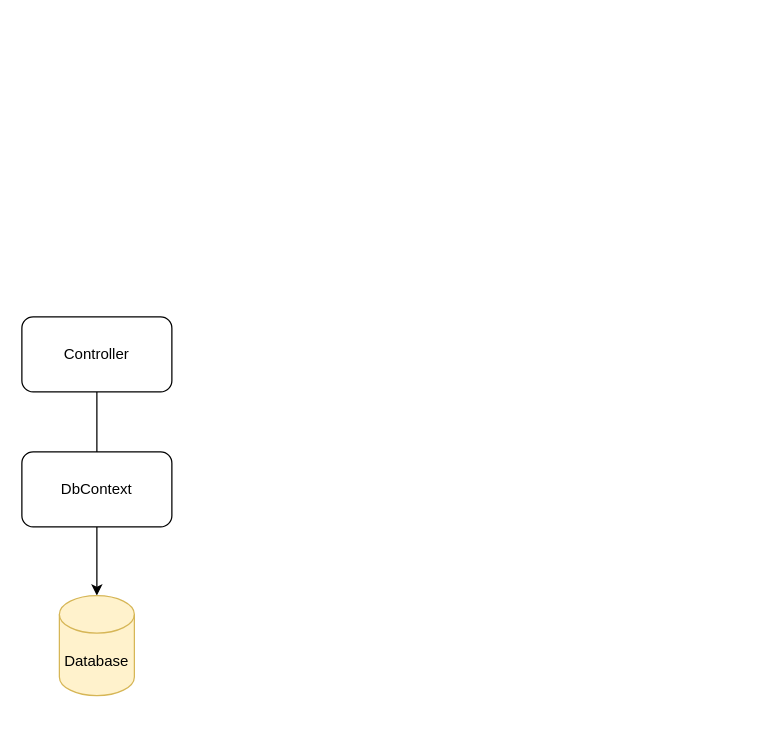
This is page "Repository" (6 of 6) of Drawings.drawio from zcomert/btk-akademi-aspnet-core-mvc-egitimi, a draw.io file, before an edit. Source tidied: cells renumbered, new cells numbered last; positions are measured from the earlier drawing's top-left corner, leaving out a move shared by most shapes. Both pictures are drawn from the tidied source at 125%, with x=0, y=0 at pixel (21, 316).
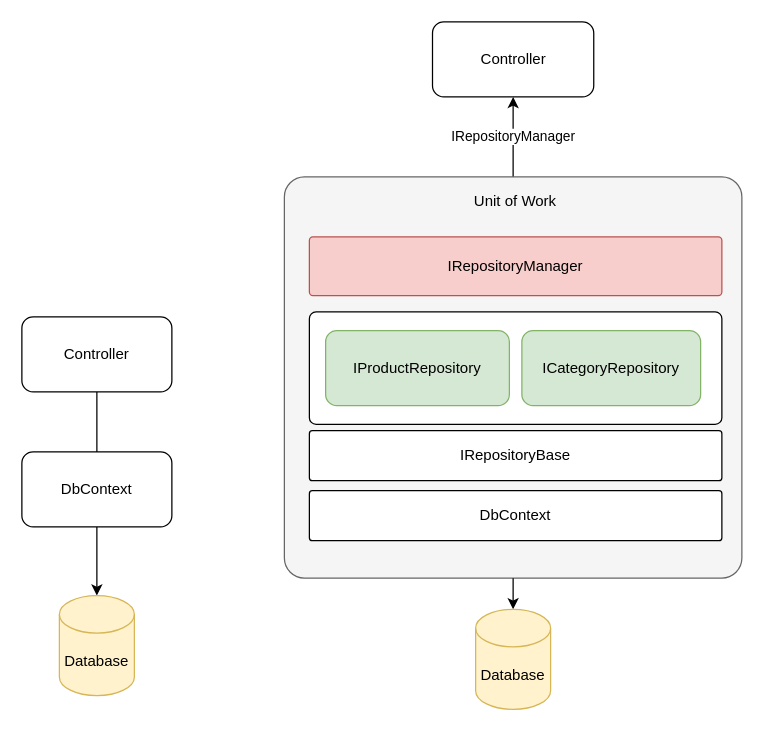
After the change.

Change to the diagram source:
```diff
@@
 <mxGraphModel>
   <root>
     <mxCell id="0" />
     <mxCell id="1" parent="0" />
     <mxCell id="2" style="edgeStyle=orthogonalEdgeStyle;rounded=0;jettySize=auto;html=1;" parent="1" edge="1" source="3" target="4">
       <mxGeometry relative="1" as="geometry" />
     </mxCell>
     <mxCell id="3" value="Controller" style="rounded=1;whiteSpace=wrap;html=1;" parent="1" vertex="1">
       <mxGeometry width="120" height="60" as="geometry" />
     </mxCell>
     <mxCell id="4" value="Database" style="shape=cylinder3;whiteSpace=wrap;html=1;boundedLbl=1;backgroundOutline=1;size=15;fillColor=#fff2cc;strokeColor=#d6b656;" parent="1" vertex="1">
       <mxGeometry x="30" y="223" width="60" height="80" as="geometry" />
     </mxCell>
     <mxCell id="5" value="DbContext" style="rounded=1;whiteSpace=wrap;html=1;" parent="1" vertex="1">
       <mxGeometry y="108" width="120" height="60" as="geometry" />
     </mxCell>
+    <mxCell id="6" value="IRepositoryManager" style="edgeStyle=orthogonalEdgeStyle;rounded=0;jettySize=auto;html=1;entryX=0.5;entryY=1;entryDx=0;entryDy=0;" parent="1" edge="1" source="7" target="10">
+      <mxGeometry relative="1" as="geometry" />
+    </mxCell>
+    <mxCell id="7" style="rounded=1;whiteSpace=wrap;html=1;fillColor=#f5f5f5;strokeColor=#666666;fontColor=#333333;arcSize=5;" parent="1" vertex="1">
+      <mxGeometry x="210" y="-112" width="366" height="321" as="geometry" />
+    </mxCell>
+    <mxCell id="8" style="rounded=1;whiteSpace=wrap;html=1;arcSize=6;" parent="1" vertex="1">
+      <mxGeometry x="230" y="-4" width="330" height="90" as="geometry" />
+    </mxCell>
+    <mxCell id="9" style="edgeStyle=orthogonalEdgeStyle;rounded=0;jettySize=auto;html=1;entryX=0.5;entryY=0;entryDx=0;entryDy=0;entryPerimeter=0;" parent="1" edge="1" source="7" target="11">
+      <mxGeometry relative="1" as="geometry" />
+    </mxCell>
+    <mxCell id="10" value="Controller" style="rounded=1;whiteSpace=wrap;html=1;" parent="1" vertex="1">
+      <mxGeometry x="328.5" y="-236" width="129" height="60" as="geometry" />
+    </mxCell>
+    <mxCell id="11" value="Database" style="shape=cylinder3;whiteSpace=wrap;html=1;boundedLbl=1;backgroundOutline=1;size=15;fillColor=#fff2cc;strokeColor=#d6b656;" parent="1" vertex="1">
+      <mxGeometry x="363" y="234" width="60" height="80" as="geometry" />
+    </mxCell>
+    <mxCell id="12" value="IProductRepository" style="rounded=1;whiteSpace=wrap;html=1;fillColor=#d5e8d4;strokeColor=#82b366;" parent="1" vertex="1">
+      <mxGeometry x="243" y="11" width="147" height="60" as="geometry" />
+    </mxCell>
+    <mxCell id="13" value="ICategoryRepository" style="rounded=1;whiteSpace=wrap;html=1;fillColor=#d5e8d4;strokeColor=#82b366;" parent="1" vertex="1">
+      <mxGeometry x="400" y="11" width="143" height="60" as="geometry" />
+    </mxCell>
+    <mxCell id="14" value="Unit of Work" style="text;html=1;strokeColor=none;fillColor=none;align=center;verticalAlign=middle;whiteSpace=wrap;rounded=0;" parent="1" vertex="1">
+      <mxGeometry x="230" y="-102" width="330" height="20" as="geometry" />
+    </mxCell>
+    <mxCell id="15" value="DbContext" style="rounded=1;whiteSpace=wrap;html=1;arcSize=6;" parent="1" vertex="1">
+      <mxGeometry x="230" y="139" width="330" height="40" as="geometry" />
+    </mxCell>
+    <mxCell id="16" value="IRepositoryManager" style="rounded=1;whiteSpace=wrap;html=1;arcSize=6;fillColor=#f8cecc;strokeColor=#b85450;" parent="1" vertex="1">
+      <mxGeometry x="230" y="-64" width="330" height="47" as="geometry" />
+    </mxCell>
+    <mxCell id="17" value="IRepositoryBase" style="rounded=1;whiteSpace=wrap;html=1;arcSize=6;" parent="1" vertex="1">
+      <mxGeometry x="230" y="91" width="330" height="40" as="geometry" />
+    </mxCell>
   </root>
 </mxGraphModel>
```
